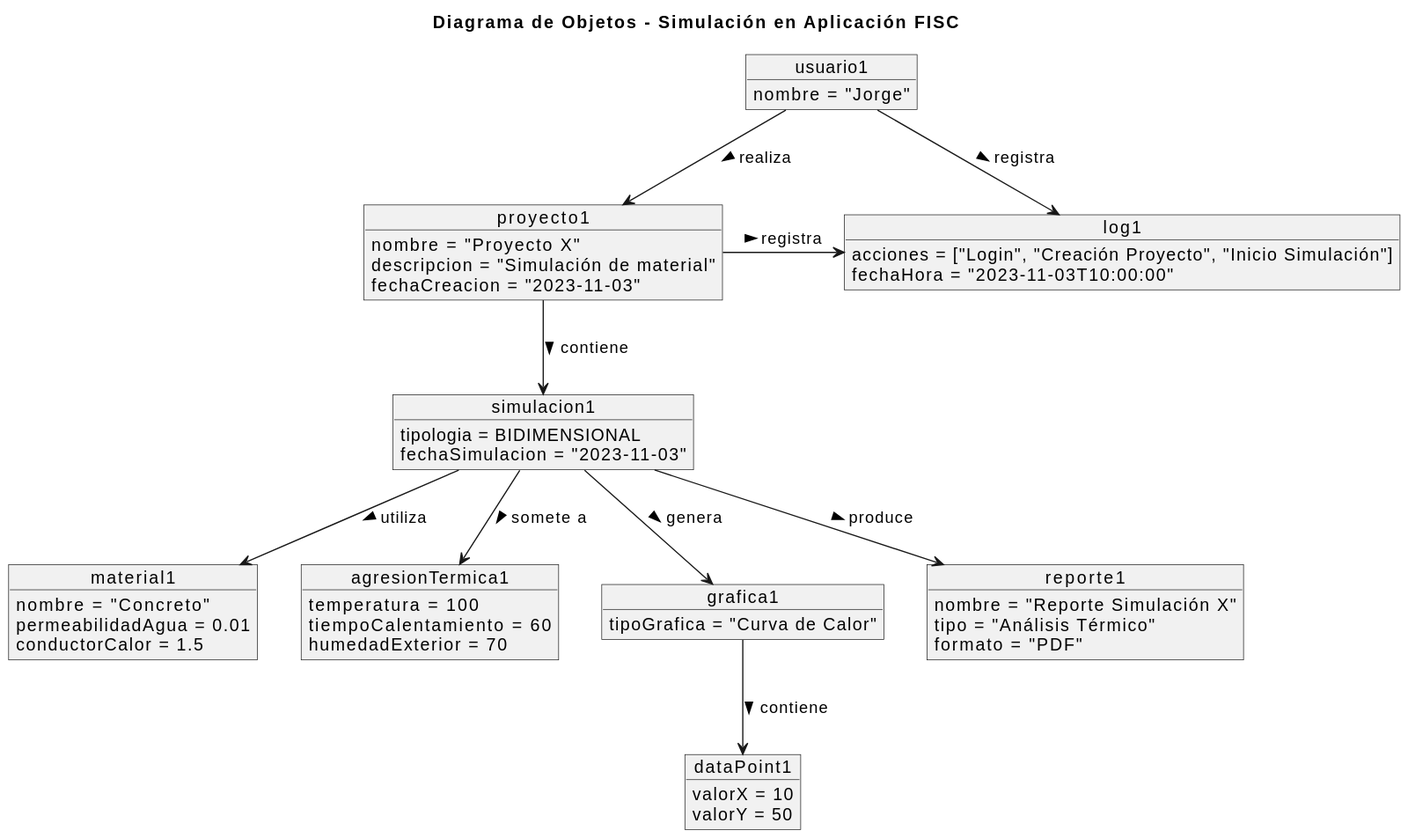
The PlantUML diagram imagenes/modelosUML/diagramaObjetos.svg in mmasias/23-24-IdSw1-SDR, before a commit.
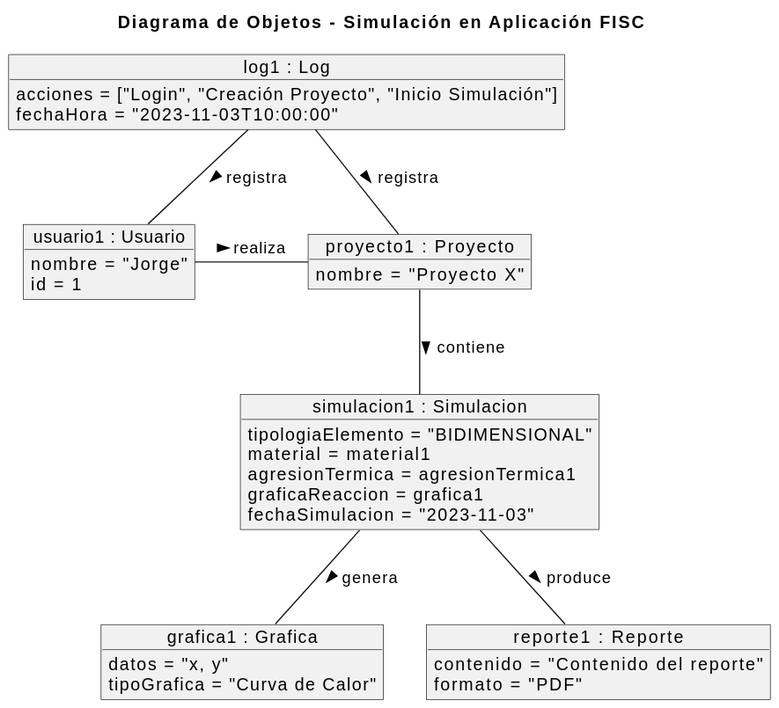
After the change.

Commit message:
arreglos diagrama de objetos y estados

The edit, as a diff of the source:
```diff
@@ -1,60 +1,42 @@
 @startuml
 title Diagrama de Objetos - Simulación en Aplicación FISC
 
-object usuario1 {
+object "usuario1 : Usuario" as usuario1 {
     nombre = "Jorge"
+    id = 1
 }
 
-object proyecto1 {
+object "proyecto1 : Proyecto" as proyecto1 {
     nombre = "Proyecto X"
-    descripcion = "Simulación de material"
-    fechaCreacion = "2023-11-03"
 }
 
-object simulacion1 {
-    tipologia = BIDIMENSIONAL
+object "simulacion1 : Simulacion" as simulacion1 {
+    tipologiaElemento = "BIDIMENSIONAL"
+    material = material1
+    agresionTermica = agresionTermica1
+    graficaReaccion = grafica1
     fechaSimulacion = "2023-11-03"
 }
 
-object material1 {
-    nombre = "Concreto"
-    permeabilidadAgua = 0.01
-    conductorCalor = 1.5
-}
-
-object agresionTermica1 {
-    temperatura = 100
-    tiempoCalentamiento = 60
-    humedadExterior = 70
-}
-
-object grafica1 {
+object "grafica1 : Grafica" as grafica1 {
+    datos = "x, y"
     tipoGrafica = "Curva de Calor"
 }
 
-object dataPoint1 {
-    valorX = 10
-    valorY = 50
-}
-
-object log1 {
+object "log1 : Log" as log1 {
     acciones = ["Login", "Creación Proyecto", "Inicio Simulación"]
     fechaHora = "2023-11-03T10:00:00"
 }
 
-object reporte1 {
-    nombre = "Reporte Simulación X"
-    tipo = "Análisis Térmico"
+object "reporte1 : Reporte" as reporte1 {
+    contenido = "Contenido del reporte"
     formato = "PDF"
 }
 
-usuario1 -down-> proyecto1 : "realiza >"
-proyecto1 -down-> simulacion1 : "contiene >"
-simulacion1 -down-> material1 : "utiliza >"
-simulacion1 -down-> agresionTermica1 : "somete a >"
-simulacion1 -down-> grafica1 : "genera >"
-simulacion1 -down-> reporte1 : "produce >"
-usuario1 -down-> log1 : "registra >"
-grafica1 -down-> dataPoint1 : "contiene >"
-proyecto1 -right-> log1 : "registra >"
+usuario1 - proyecto1 : "realiza >"
+proyecto1 -- simulacion1 : "contiene >"
+simulacion1 -- grafica1 : "genera >"
+simulacion1 -- reporte1 : "produce >"
+log1 -- usuario1: "registra >"
+log1 -- proyecto1 : "registra >"
 @enduml
```
